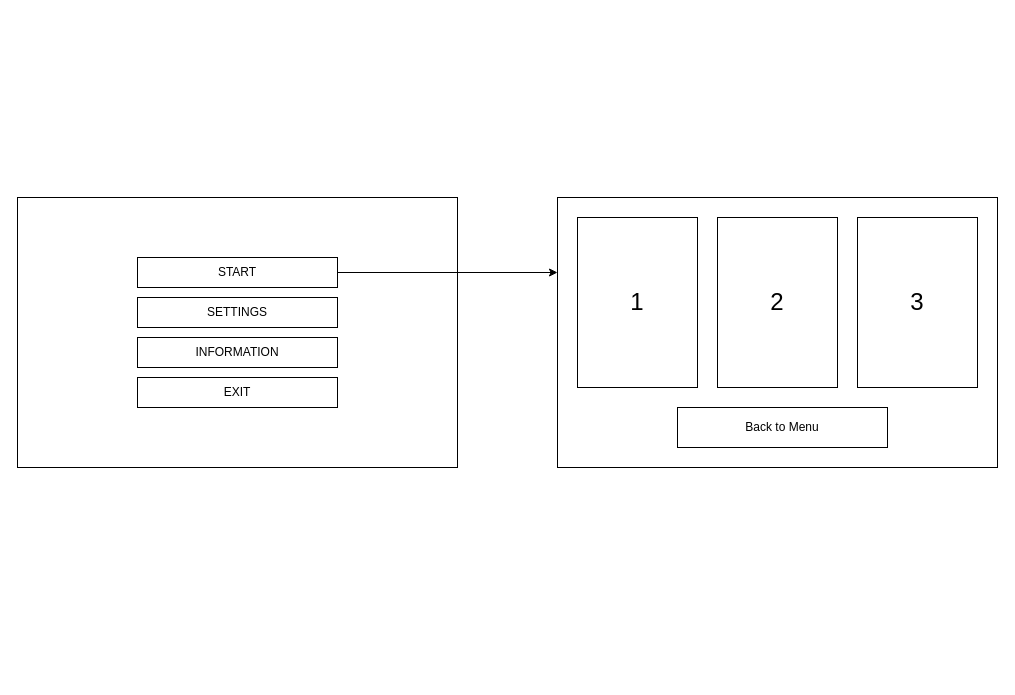
Before: Діаграма без назви.drawio in AnnaLiulkova/picture32, a draw.io diagram. Source tidied: cells renumbered, new cells numbered last; positions are measured from the earlier drawing's top-left corner, leaving out a move shared by most shapes. Both pictures are drawn from the tidied source at 100%, with x=0, y=0 at pixel (17, 197).
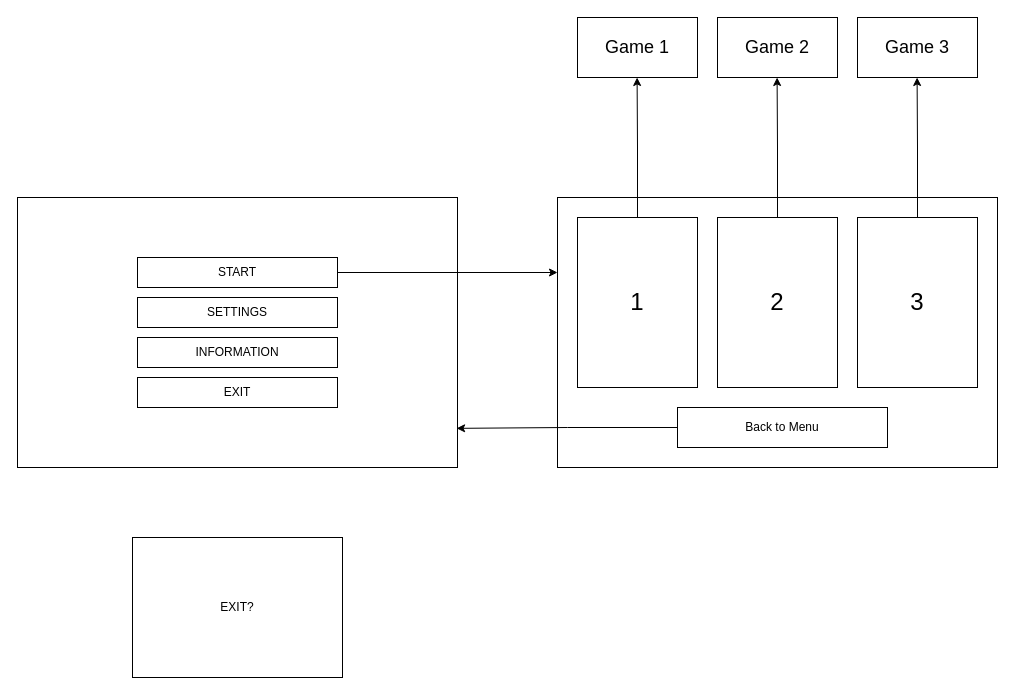
After the change.

The change refers to these unchanged cells:
```xml
<mxCell id="2" style="rounded=0;whiteSpace=wrap;html=1;" parent="1" vertex="1">
  <mxGeometry width="440" height="270" as="geometry" />
</mxCell>
<mxCell id="9" value="&lt;font style=&quot;font-size: 24px;&quot;&gt;1&lt;/font&gt;" style="rounded=0;whiteSpace=wrap;html=1;" parent="1" vertex="1">
  <mxGeometry x="560" y="20" width="120" height="170" as="geometry" />
</mxCell>
<mxCell id="10" value="&lt;font style=&quot;font-size: 24px;&quot;&gt;2&lt;/font&gt;" style="rounded=0;whiteSpace=wrap;html=1;" parent="1" vertex="1">
  <mxGeometry x="700" y="20" width="120" height="170" as="geometry" />
</mxCell>
<mxCell id="11" value="&lt;font style=&quot;font-size: 24px;&quot;&gt;3&lt;/font&gt;" style="rounded=0;whiteSpace=wrap;html=1;" parent="1" vertex="1">
  <mxGeometry x="840" y="20" width="120" height="170" as="geometry" />
</mxCell>
<mxCell id="12" value="Back to Menu" style="rounded=0;whiteSpace=wrap;html=1;" parent="1" vertex="1">
  <mxGeometry x="660" y="210" width="210" height="40" as="geometry" />
</mxCell>
```

The edit, as a diff of the source:
```diff
@@
+    <mxCell id="13" style="edgeStyle=orthogonalEdgeStyle;rounded=0;jettySize=auto;html=1;exitX=0.5;exitY=0;exitDx=0;exitDy=0;" parent="1" edge="1" source="9">
+      <mxGeometry relative="1" as="geometry">
+        <mxPoint x="619.6" y="-120" as="targetPoint" />
+      </mxGeometry>
+    </mxCell>
@@
+    <mxCell id="14" style="edgeStyle=orthogonalEdgeStyle;rounded=0;jettySize=auto;html=1;exitX=0.5;exitY=0;exitDx=0;exitDy=0;" parent="1" edge="1" source="10">
+      <mxGeometry relative="1" as="geometry">
+        <mxPoint x="759.6" y="-120" as="targetPoint" />
+      </mxGeometry>
+    </mxCell>
@@
+    <mxCell id="15" style="edgeStyle=orthogonalEdgeStyle;rounded=0;jettySize=auto;html=1;exitX=0.5;exitY=0;exitDx=0;exitDy=0;" parent="1" edge="1" source="11">
+      <mxGeometry relative="1" as="geometry">
+        <mxPoint x="899.6" y="-120" as="targetPoint" />
+      </mxGeometry>
+    </mxCell>
@@
+    <mxCell id="16" style="edgeStyle=orthogonalEdgeStyle;rounded=0;jettySize=auto;html=1;exitX=0;exitY=0.5;exitDx=0;exitDy=0;entryX=0.998;entryY=0.855;entryDx=0;entryDy=0;entryPerimeter=0;" parent="1" edge="1" source="12" target="2">
+      <mxGeometry relative="1" as="geometry" />
+    </mxCell>
+    <mxCell id="17" value="&lt;font style=&quot;font-size: 18px;&quot;&gt;Game 1&lt;/font&gt;" style="rounded=0;whiteSpace=wrap;html=1;" parent="1" vertex="1">
+      <mxGeometry x="560" y="-180" width="120" height="60" as="geometry" />
+    </mxCell>
+    <mxCell id="18" value="&lt;span style=&quot;font-size: 18px;&quot;&gt;Game 2&lt;/span&gt;" style="rounded=0;whiteSpace=wrap;html=1;" parent="1" vertex="1">
+      <mxGeometry x="700" y="-180" width="120" height="60" as="geometry" />
+    </mxCell>
+    <mxCell id="19" value="&lt;span style=&quot;font-size: 18px;&quot;&gt;Game 3&lt;/span&gt;" style="rounded=0;whiteSpace=wrap;html=1;" parent="1" vertex="1">
+      <mxGeometry x="840" y="-180" width="120" height="60" as="geometry" />
+    </mxCell>
+    <mxCell id="20" value="EXIT?" style="rounded=0;whiteSpace=wrap;html=1;" parent="1" vertex="1">
+      <mxGeometry x="115" y="340" width="210" height="140" as="geometry" />
+    </mxCell>
```
